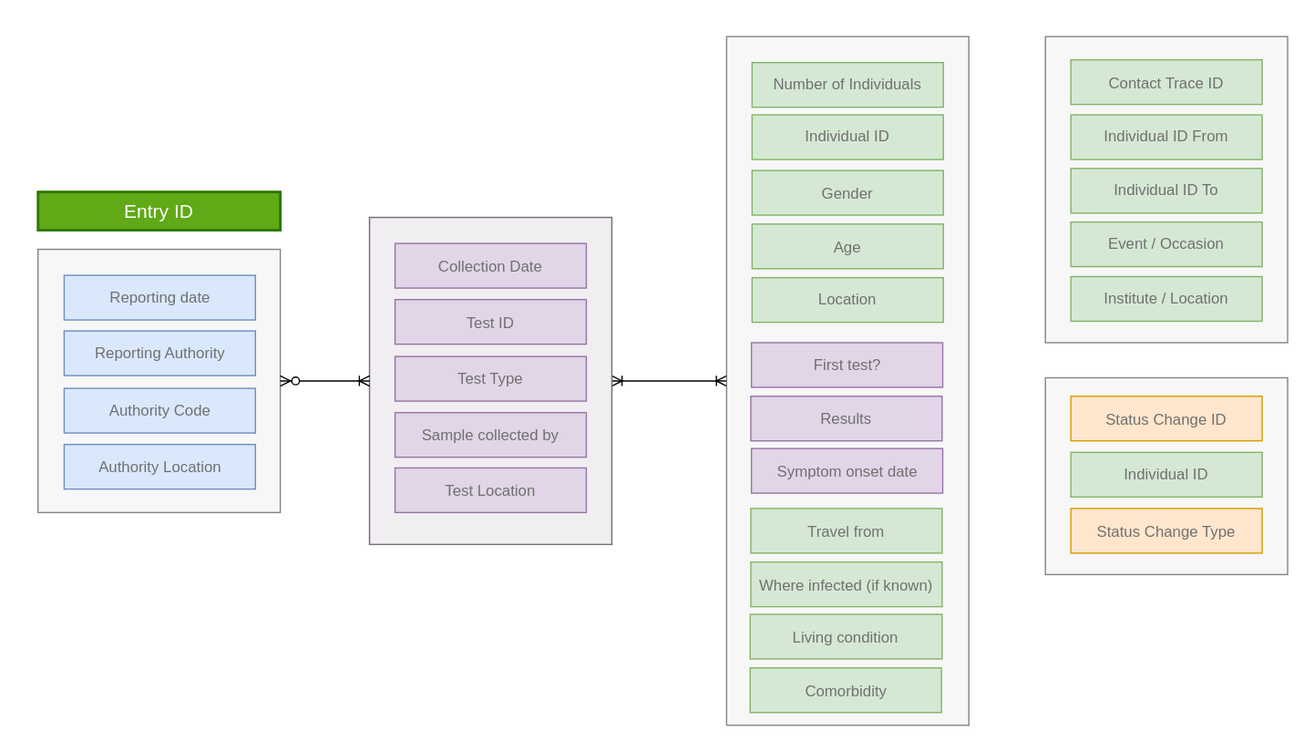
Above: Pandemic Data Reporting Standard for COVID.svg in akhavan12/discrete_covid_model (draw.io), before the change. Source tidied: cells renumbered, new cells last; positions are measured from the earlier drawing's top-left corner, leaving out a move shared by most shapes.
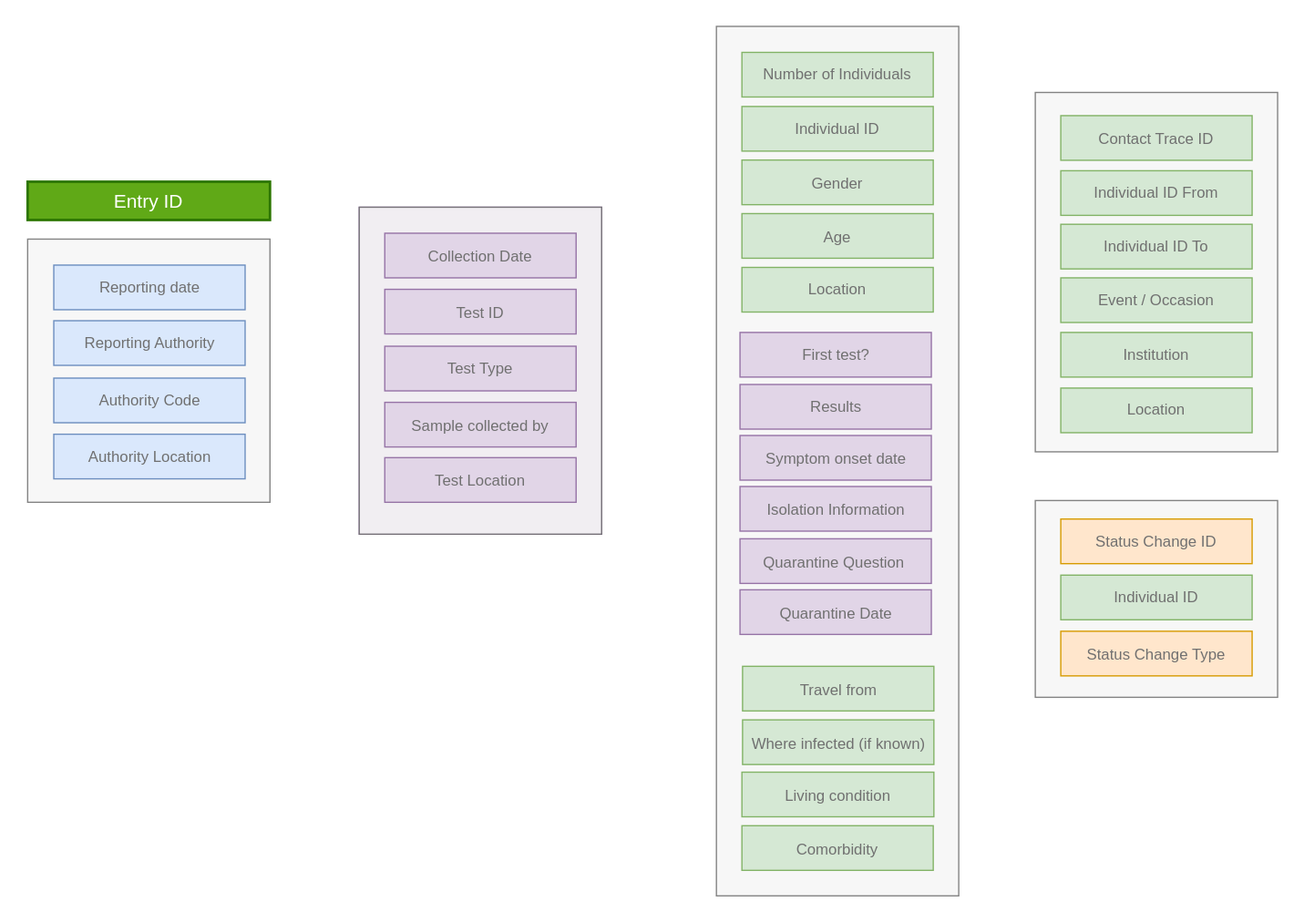
Later version of the same file.

What changed in the source:
```diff
@@ -2,11 +2,8 @@
   <root>
     <mxCell id="0" />
     <mxCell id="1" parent="0" />
-    <mxCell id="2" style="rounded=0;html=1;whiteSpace=wrap;fontSize=12;fillColor=#f5f5f5;strokeColor=#666666;fontColor=#707070;opacity=80;" parent="1" vertex="1">
-      <mxGeometry x="790" y="267.7" width="190" height="154.3" as="geometry" />
-    </mxCell>
     <mxCell id="3" style="rounded=0;html=1;whiteSpace=wrap;fontSize=12;fillColor=#f5f5f5;strokeColor=#666666;fontColor=#707070;opacity=80;" parent="1" vertex="1">
-      <mxGeometry x="790" y="0.2" width="190" height="240" as="geometry" />
+      <mxGeometry x="790" y="52" width="190" height="281.8" as="geometry" />
     </mxCell>
     <mxCell id="4" value="Entry ID" style="rounded=0;html=1;whiteSpace=wrap;fontSize=15;strokeColor=#2D7600;strokeWidth=2;fillColor=#60a917;fontColor=#ffffff;" parent="1" vertex="1">
       <mxGeometry y="122" width="190" height="30" as="geometry" />
@@ -29,9 +26,6 @@
     <mxCell id="10" value="Authority&amp;nbsp;&lt;span&gt;Location&lt;/span&gt;" style="rounded=0;html=1;whiteSpace=wrap;fontSize=12;fillColor=#dae8fc;strokeColor=#6c8ebf;fontColor=#707070;" parent="5" vertex="1">
       <mxGeometry x="20.5" y="153" width="150" height="35" as="geometry" />
     </mxCell>
-    <mxCell id="11" style="edgeStyle=entityRelationEdgeStyle;fontSize=12;html=1;endArrow=ERoneToMany;startArrow=ERoneToMany;exitX=1;exitY=0.5;exitDx=0;exitDy=0;entryX=0;entryY=0.5;entryDx=0;entryDy=0;" parent="1" edge="1" source="14" target="24">
-      <mxGeometry relative="1" as="geometry" />
-    </mxCell>
     <mxCell id="12" style="group;" parent="1" vertex="1">
       <mxGeometry x="260" y="142" width="190" height="256.4" as="geometry" />
     </mxCell>
@@ -56,71 +50,86 @@
     <mxCell id="19" value="&lt;p class=&quot;p1&quot; style=&quot;margin: 0px ; font-stretch: normal ; font-size: 12px ; line-height: normal&quot;&gt;Test Location&lt;/p&gt;" style="rounded=0;html=1;whiteSpace=wrap;fontSize=12;fillColor=#e1d5e7;strokeColor=#9673a6;glass=0;fontColor=#707070;" parent="12" vertex="1">
       <mxGeometry x="20" y="196.4" width="150" height="35" as="geometry" />
     </mxCell>
-    <mxCell id="20" style="edgeStyle=entityRelationEdgeStyle;fontSize=12;html=1;endArrow=ERoneToMany;startArrow=ERzeroToMany;exitX=1;exitY=0.5;exitDx=0;exitDy=0;entryX=0;entryY=0.5;entryDx=0;entryDy=0;" parent="1" edge="1" source="6" target="14">
-      <mxGeometry relative="1" as="geometry" />
-    </mxCell>
-    <mxCell id="21" value="&lt;p class=&quot;p1&quot; style=&quot;margin: 0px ; font-stretch: normal ; font-size: 12px ; line-height: normal&quot;&gt;Status Change ID&lt;/p&gt;" style="rounded=0;html=1;whiteSpace=wrap;fontSize=12;fillColor=#ffe6cc;strokeColor=#d79b00;fontColor=#707070;" parent="1" vertex="1">
-      <mxGeometry x="810" y="282.2" width="150" height="35" as="geometry" />
-    </mxCell>
-    <mxCell id="22" value="&lt;p class=&quot;p1&quot; style=&quot;margin: 0px ; font-stretch: normal ; font-size: 12px ; line-height: normal&quot;&gt;Status Change Type&lt;/p&gt;" style="rounded=0;html=1;whiteSpace=wrap;fontSize=12;fillColor=#ffe6cc;strokeColor=#d79b00;fontColor=#707070;" parent="1" vertex="1">
-      <mxGeometry x="810" y="370.2" width="150" height="35" as="geometry" />
-    </mxCell>
     <mxCell id="23" value="&lt;p class=&quot;p1&quot; style=&quot;margin: 0px ; font-stretch: normal ; font-size: 12px ; line-height: normal&quot;&gt;Contact Trace ID&lt;/p&gt;" style="rounded=0;html=1;whiteSpace=wrap;fontSize=12;fillColor=#d5e8d4;strokeColor=#82b366;fontColor=#707070;" parent="1" vertex="1">
-      <mxGeometry x="810" y="18.4" width="150" height="35" as="geometry" />
+      <mxGeometry x="810" y="70.2" width="150" height="35" as="geometry" />
     </mxCell>
     <mxCell id="24" style="rounded=0;html=1;whiteSpace=wrap;fontSize=12;fillColor=#f5f5f5;strokeColor=#666666;fontColor=#707070;opacity=80;" parent="1" vertex="1">
-      <mxGeometry x="540" y="0.2" width="190" height="540" as="geometry" />
+      <mxGeometry x="540" y="0.2" width="190" height="681.8" as="geometry" />
     </mxCell>
     <mxCell id="25" value="Number of Individuals" style="rounded=0;html=1;whiteSpace=wrap;fontSize=12;fillColor=#d5e8d4;strokeColor=#82b366;fontColor=#707070;" parent="1" vertex="1">
       <mxGeometry x="560" y="20.6" width="150" height="35" as="geometry" />
     </mxCell>
     <mxCell id="26" value="&lt;p class=&quot;p1&quot; style=&quot;margin: 0px; font-stretch: normal; font-size: 12px; line-height: normal;&quot;&gt;Travel from&lt;/p&gt;" style="rounded=0;html=1;whiteSpace=wrap;fontSize=12;fillColor=#d5e8d4;strokeColor=#82b366;fontColor=#707070;" parent="1" vertex="1">
-      <mxGeometry x="559" y="370.2" width="150" height="35" as="geometry" />
+      <mxGeometry x="560.5" y="502" width="150" height="35" as="geometry" />
     </mxCell>
     <mxCell id="27" value="Location" style="rounded=0;html=1;whiteSpace=wrap;fontSize=12;fillColor=#d5e8d4;strokeColor=#82b366;fontColor=#707070;" parent="1" vertex="1">
       <mxGeometry x="560" y="189.2" width="150" height="35" as="geometry" />
     </mxCell>
     <mxCell id="28" value="&lt;p class=&quot;p1&quot; style=&quot;margin: 0px ; font-stretch: normal ; font-size: 12px ; line-height: normal&quot;&gt;Where infected (if known)&lt;/p&gt;" style="rounded=0;html=1;whiteSpace=wrap;fontSize=12;fillColor=#d5e8d4;strokeColor=#82b366;fontColor=#707070;" parent="1" vertex="1">
-      <mxGeometry x="559" y="412.2" width="150" height="35" as="geometry" />
+      <mxGeometry x="560.5" y="544" width="150" height="35" as="geometry" />
     </mxCell>
     <mxCell id="29" value="&lt;p class=&quot;p1&quot; style=&quot;margin: 0px; font-stretch: normal; font-size: 12px; line-height: normal;&quot;&gt;Comorbidity&lt;/p&gt;" style="rounded=0;html=1;whiteSpace=wrap;fontSize=12;fillColor=#d5e8d4;strokeColor=#82b366;fontColor=#707070;" parent="1" vertex="1">
-      <mxGeometry x="558.5" y="495.2" width="150" height="35" as="geometry" />
+      <mxGeometry x="560" y="627" width="150" height="35" as="geometry" />
     </mxCell>
     <mxCell id="30" value="Individual ID From" style="rounded=0;html=1;whiteSpace=wrap;fontSize=12;fillColor=#d5e8d4;strokeColor=#82b366;fontColor=#707070;" parent="1" vertex="1">
-      <mxGeometry x="810" y="61.6" width="150" height="35" as="geometry" />
+      <mxGeometry x="810" y="113.4" width="150" height="35" as="geometry" />
     </mxCell>
     <mxCell id="31" value="Results" style="rounded=0;html=1;whiteSpace=wrap;fontSize=12;fillColor=#e1d5e7;strokeColor=#9673a6;fontColor=#707070;" parent="1" vertex="1">
-      <mxGeometry x="559" y="282.2" width="150" height="35" as="geometry" />
+      <mxGeometry x="558.5" y="281" width="150" height="35" as="geometry" />
     </mxCell>
     <mxCell id="32" value="First test?" style="rounded=0;html=1;whiteSpace=wrap;fontSize=12;fillColor=#e1d5e7;strokeColor=#9673a6;fontColor=#707070;" parent="1" vertex="1">
-      <mxGeometry x="559.5" y="240.2" width="150" height="35" as="geometry" />
+      <mxGeometry x="558.5" y="240.2" width="150" height="35" as="geometry" />
     </mxCell>
     <mxCell id="33" value="&lt;p class=&quot;p1&quot; style=&quot;margin: 0px; font-stretch: normal; font-size: 12px; line-height: normal;&quot;&gt;Symptom onset date&lt;/p&gt;" style="rounded=0;html=1;whiteSpace=wrap;fontSize=12;fillColor=#e1d5e7;strokeColor=#9673a6;fontColor=#707070;" parent="1" vertex="1">
-      <mxGeometry x="559.5" y="323.2" width="150" height="35" as="geometry" />
+      <mxGeometry x="558.5" y="321" width="150" height="35" as="geometry" />
     </mxCell>
     <mxCell id="34" value="&lt;p class=&quot;p1&quot; style=&quot;margin: 0px; font-stretch: normal; font-size: 12px; line-height: normal;&quot;&gt;Living condition&lt;/p&gt;" style="rounded=0;html=1;whiteSpace=wrap;fontSize=12;fillColor=#d5e8d4;strokeColor=#82b366;fontColor=#707070;" parent="1" vertex="1">
-      <mxGeometry x="558.5" y="453.2" width="150.5" height="35" as="geometry" />
+      <mxGeometry x="560" y="585" width="150.5" height="35" as="geometry" />
     </mxCell>
     <mxCell id="35" value="&lt;p class=&quot;p1&quot; style=&quot;margin: 0px ; font-stretch: normal ; font-size: 12px ; line-height: normal&quot;&gt;Gender&lt;/p&gt;" style="rounded=0;html=1;whiteSpace=wrap;fontSize=12;fillColor=#d5e8d4;strokeColor=#82b366;fontColor=#707070;" parent="1" vertex="1">
-      <mxGeometry x="560" y="105.2" width="150" height="35" as="geometry" />
+      <mxGeometry x="560" y="105" width="150" height="35" as="geometry" />
     </mxCell>
     <mxCell id="36" value="&lt;p class=&quot;p1&quot; style=&quot;margin: 0px; font-stretch: normal; font-size: 12px; line-height: normal;&quot;&gt;Age&lt;/p&gt;" style="rounded=0;html=1;whiteSpace=wrap;fontSize=12;fillColor=#d5e8d4;strokeColor=#82b366;fontColor=#707070;" parent="1" vertex="1">
-      <mxGeometry x="560" y="147.2" width="150" height="35" as="geometry" />
+      <mxGeometry x="560" y="147" width="150" height="35" as="geometry" />
     </mxCell>
     <mxCell id="37" value="Individual ID To" style="rounded=0;html=1;whiteSpace=wrap;fontSize=12;fillColor=#d5e8d4;strokeColor=#82b366;fontColor=#707070;" parent="1" vertex="1">
-      <mxGeometry x="810" y="103.6" width="150" height="35" as="geometry" />
+      <mxGeometry x="810" y="155.4" width="150" height="35" as="geometry" />
     </mxCell>
     <mxCell id="38" value="Event / Occasion" style="rounded=0;html=1;whiteSpace=wrap;fontSize=12;fillColor=#d5e8d4;strokeColor=#82b366;fontColor=#707070;" parent="1" vertex="1">
-      <mxGeometry x="810" y="145.6" width="150" height="35" as="geometry" />
+      <mxGeometry x="810" y="197.4" width="150" height="35" as="geometry" />
     </mxCell>
-    <mxCell id="39" value="Institute / Location" style="rounded=0;html=1;whiteSpace=wrap;fontSize=12;fillColor=#d5e8d4;strokeColor=#82b366;fontColor=#707070;" parent="1" vertex="1">
-      <mxGeometry x="810" y="188.4" width="150" height="35" as="geometry" />
+    <mxCell id="39" value="Institution" style="rounded=0;html=1;whiteSpace=wrap;fontSize=12;fillColor=#d5e8d4;strokeColor=#82b366;fontColor=#707070;" parent="1" vertex="1">
+      <mxGeometry x="810" y="240.2" width="150" height="35" as="geometry" />
     </mxCell>
     <mxCell id="40" value="Individual ID" style="rounded=0;html=1;whiteSpace=wrap;fontSize=12;fillColor=#d5e8d4;strokeColor=#82b366;fontColor=#707070;" parent="1" vertex="1">
-      <mxGeometry x="560" y="61.6" width="150" height="35" as="geometry" />
+      <mxGeometry x="560" y="63" width="150" height="35" as="geometry" />
     </mxCell>
+    <mxCell id="42" style="group;" parent="1" vertex="1">
+      <mxGeometry x="790" y="372" width="190" height="154.3" as="geometry" />
+    </mxCell>
+    <mxCell id="2" style="rounded=0;html=1;whiteSpace=wrap;fontSize=12;fillColor=#f5f5f5;strokeColor=#666666;fontColor=#707070;opacity=80;" parent="42" vertex="1">
+      <mxGeometry width="190" height="154.3" as="geometry" />
+    </mxCell>
+    <mxCell id="21" value="&lt;p class=&quot;p1&quot; style=&quot;margin: 0px ; font-stretch: normal ; font-size: 12px ; line-height: normal&quot;&gt;Status Change ID&lt;/p&gt;" style="rounded=0;html=1;whiteSpace=wrap;fontSize=12;fillColor=#ffe6cc;strokeColor=#d79b00;fontColor=#707070;" parent="42" vertex="1">
+      <mxGeometry x="20" y="14.5" width="150" height="35" as="geometry" />
+    </mxCell>
+    <mxCell id="22" value="&lt;p class=&quot;p1&quot; style=&quot;margin: 0px ; font-stretch: normal ; font-size: 12px ; line-height: normal&quot;&gt;Status Change Type&lt;/p&gt;" style="rounded=0;html=1;whiteSpace=wrap;fontSize=12;fillColor=#ffe6cc;strokeColor=#d79b00;fontColor=#707070;" parent="42" vertex="1">
+      <mxGeometry x="20" y="102.5" width="150" height="35" as="geometry" />
+    </mxCell>
-    <mxCell id="41" value="Individual ID" style="rounded=0;html=1;whiteSpace=wrap;fontSize=12;fillColor=#d5e8d4;strokeColor=#82b366;fontColor=#707070;" parent="1" vertex="1">
-      <mxGeometry x="810" y="326.2" width="150" height="35" as="geometry" />
+    <mxCell id="41" value="Individual ID" style="rounded=0;html=1;whiteSpace=wrap;fontSize=12;fillColor=#d5e8d4;strokeColor=#82b366;fontColor=#707070;" parent="42" vertex="1">
+      <mxGeometry x="20" y="58.5" width="150" height="35" as="geometry" />
     </mxCell>
+    <mxCell id="43" value="Location" style="rounded=0;html=1;whiteSpace=wrap;fontSize=12;fillColor=#d5e8d4;strokeColor=#82b366;fontColor=#707070;" parent="1" vertex="1">
+      <mxGeometry x="810" y="283.8" width="150" height="35" as="geometry" />
+    </mxCell>
+    <mxCell id="44" value="&lt;p class=&quot;p1&quot; style=&quot;margin: 0px ; font-stretch: normal ; font-size: 12px ; line-height: normal&quot;&gt;Isolation Information&lt;/p&gt;" style="rounded=0;html=1;whiteSpace=wrap;fontSize=12;fillColor=#e1d5e7;strokeColor=#9673a6;fontColor=#707070;" parent="1" vertex="1">
+      <mxGeometry x="558.5" y="361" width="150" height="35" as="geometry" />
+    </mxCell>
+    <mxCell id="45" value="&lt;p class=&quot;p1&quot; style=&quot;margin: 0px ; font-stretch: normal ; font-size: 12px ; line-height: normal&quot;&gt;Quarantine Question&amp;nbsp;&lt;/p&gt;" style="rounded=0;html=1;whiteSpace=wrap;fontSize=12;fillColor=#e1d5e7;strokeColor=#9673a6;fontColor=#707070;" parent="1" vertex="1">
+      <mxGeometry x="558.5" y="402" width="150" height="35" as="geometry" />
+    </mxCell>
+    <mxCell id="46" value="&lt;p class=&quot;p1&quot; style=&quot;margin: 0px ; font-stretch: normal ; font-size: 12px ; line-height: normal&quot;&gt;Quarantine Date&lt;br&gt;&lt;/p&gt;" style="rounded=0;html=1;whiteSpace=wrap;fontSize=12;fillColor=#e1d5e7;strokeColor=#9673a6;fontColor=#707070;" parent="1" vertex="1">
+      <mxGeometry x="558.5" y="442" width="150" height="35" as="geometry" />
+    </mxCell>
   </root>
 </mxGraphModel>
```
